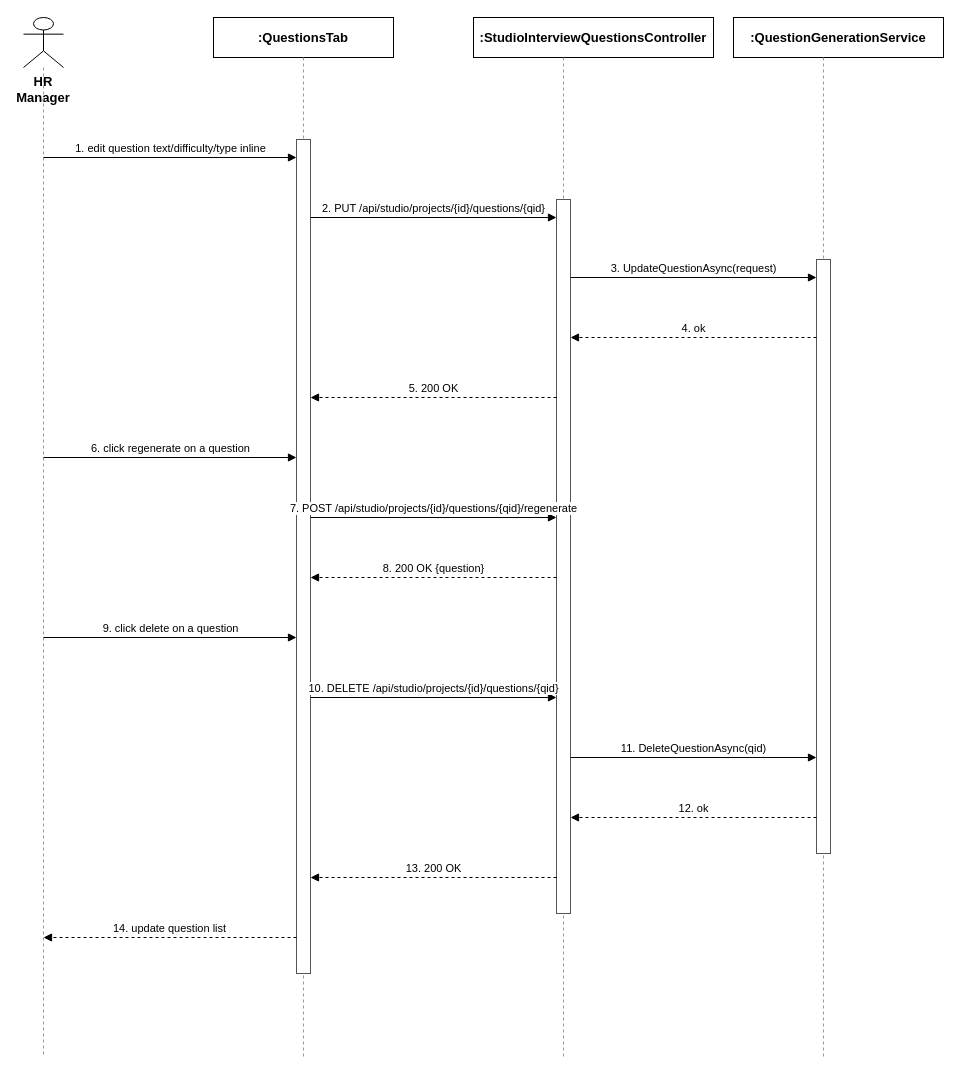
tulklk/AI_Interview_Question_Generation_RAG_LLM_FE keeps this draw.io diagram as docs/qa/Nam_SequenceDiagram/14_AIQuestionGenerationManagement_EditQuestions.drawio. Above is the earlier version. Source tidied: cells renumbered, new cells numbered last; positions are measured from the earlier drawing's top-left corner, leaving out a move shared by most shapes. Both pictures are drawn from the tidied source at 100%, with x=0, y=0 at pixel (23, 17).
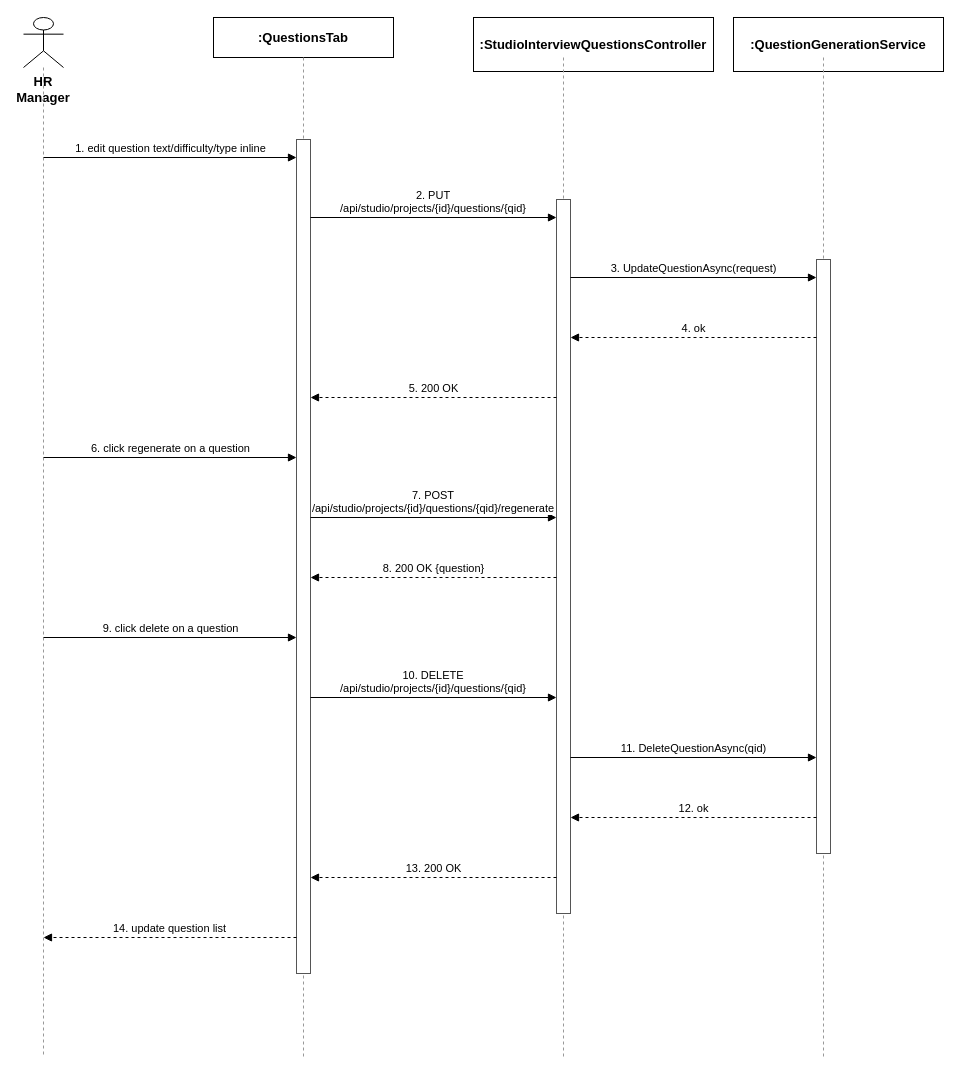
The same diagram, later.

The edit, as a diff of the source:
```diff
@@
     <mxCell id="6" value=":StudioInterviewQuestionsController" style="rounded=0;whiteSpace=wrap;html=1;fontSize=13;fillColor=#ffffff;strokeColor=#000000;fontStyle=1;" parent="1" vertex="1">
-      <mxGeometry x="450" width="240" height="40" as="geometry" />
+      <mxGeometry x="450" width="240" height="54" as="geometry" />
     </mxCell>
@@
     <mxCell id="8" value=":QuestionGenerationService" style="rounded=0;whiteSpace=wrap;html=1;fontSize=13;fillColor=#ffffff;strokeColor=#000000;fontStyle=1;" parent="1" vertex="1">
-      <mxGeometry x="710" width="210" height="40" as="geometry" />
+      <mxGeometry x="710" width="210" height="54" as="geometry" />
     </mxCell>
@@
-    <mxCell id="14" value="2. PUT /api/studio/projects/{id}/questions/{qid}" style="endArrow=block;endFill=1;html=1;fontSize=11;align=center;verticalAlign=bottom;labelBackgroundColor=#ffffff;strokeColor=#000000;" parent="1" edge="1">
+    <mxCell id="14" value="2. PUT /api/studio/projects/{id}/questions/{qid}" style="endArrow=block;endFill=1;html=1;whiteSpace=wrap;fontSize=11;align=center;verticalAlign=bottom;labelBackgroundColor=#ffffff;strokeColor=#000000;" parent="1" edge="1">
       <mxGeometry relative="1" as="geometry">
         <mxPoint x="287" y="200" as="sourcePoint" />
         <mxPoint x="533" y="200" as="targetPoint" />
       </mxGeometry>
     </mxCell>
@@
-    <mxCell id="19" value="7. POST /api/studio/projects/{id}/questions/{qid}/regenerate" style="endArrow=block;endFill=1;html=1;fontSize=11;align=center;verticalAlign=bottom;labelBackgroundColor=#ffffff;strokeColor=#000000;" parent="1" edge="1">
+    <mxCell id="19" value="7. POST /api/studio/projects/{id}/questions/{qid}/regenerate" style="endArrow=block;endFill=1;html=1;whiteSpace=wrap;fontSize=11;align=center;verticalAlign=bottom;labelBackgroundColor=#ffffff;strokeColor=#000000;" parent="1" edge="1">
       <mxGeometry relative="1" as="geometry">
         <mxPoint x="287" y="500" as="sourcePoint" />
         <mxPoint x="533" y="500" as="targetPoint" />
       </mxGeometry>
     </mxCell>
@@
-    <mxCell id="22" value="10. DELETE /api/studio/projects/{id}/questions/{qid}" style="endArrow=block;endFill=1;html=1;fontSize=11;align=center;verticalAlign=bottom;labelBackgroundColor=#ffffff;strokeColor=#000000;" parent="1" edge="1">
+    <mxCell id="22" value="10. DELETE /api/studio/projects/{id}/questions/{qid}" style="endArrow=block;endFill=1;html=1;whiteSpace=wrap;fontSize=11;align=center;verticalAlign=bottom;labelBackgroundColor=#ffffff;strokeColor=#000000;" parent="1" edge="1">
       <mxGeometry relative="1" as="geometry">
         <mxPoint x="287" y="680" as="sourcePoint" />
         <mxPoint x="533" y="680" as="targetPoint" />
       </mxGeometry>
     </mxCell>
```
